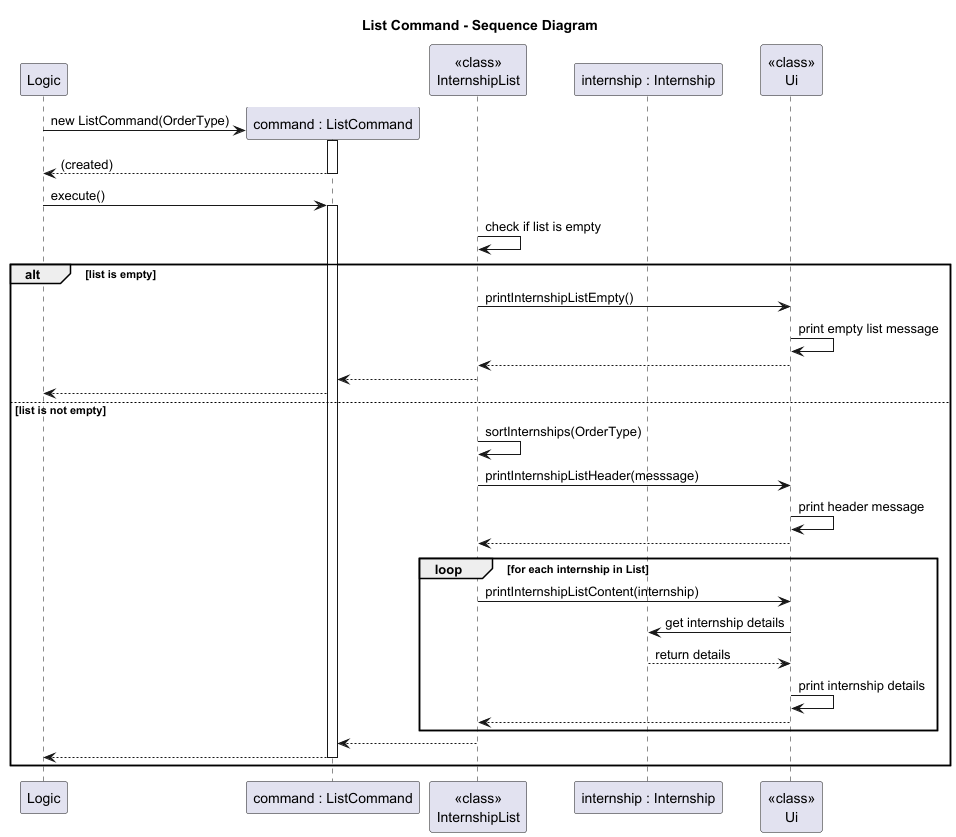
The PlantUML diagram docs/diagrams/ListCommandSD.png in AY2526S1-CS2113-W14-4/tp, before a commit. Its diagram source:
```plantuml
@startuml ModelComponentSD
!include Style.puml
title List Command - Sequence Diagram

participant "Logic" as Logic
participant "command : ListCommand" as Command

participant "<<class>>\nInternshipList" as Model
participant "internship : Internship" as internship

participant "<<class>>\nUi" as Ui

create Command
Logic -> Command : new ListCommand(OrderType)
activate Command
Command --> Logic : (created)
deactivate Command

Logic -> Command : execute()
activate Command
Model -> Model : check if list is empty
alt list is empty
    Model -> Ui : printInternshipListEmpty()
    Ui -> Ui : print empty list message
    Ui --> Model
    Model --> Command
    Command --> Logic
else list is not empty
    Model -> Model : sortInternships(OrderType)
    Model -> Ui : printInternshipListHeader(messsage)
    Ui -> Ui : print header message
    Ui --> Model
    loop for each internship in List

        Model -> Ui : printInternshipListContent(internship)
        Ui -> internship : get internship details
        internship --> Ui : return details
        Ui -> Ui : print internship details
        Ui --> Model
    end
    Model --> Command
    Command --> Logic
    deactivate Command
end

@enduml
```
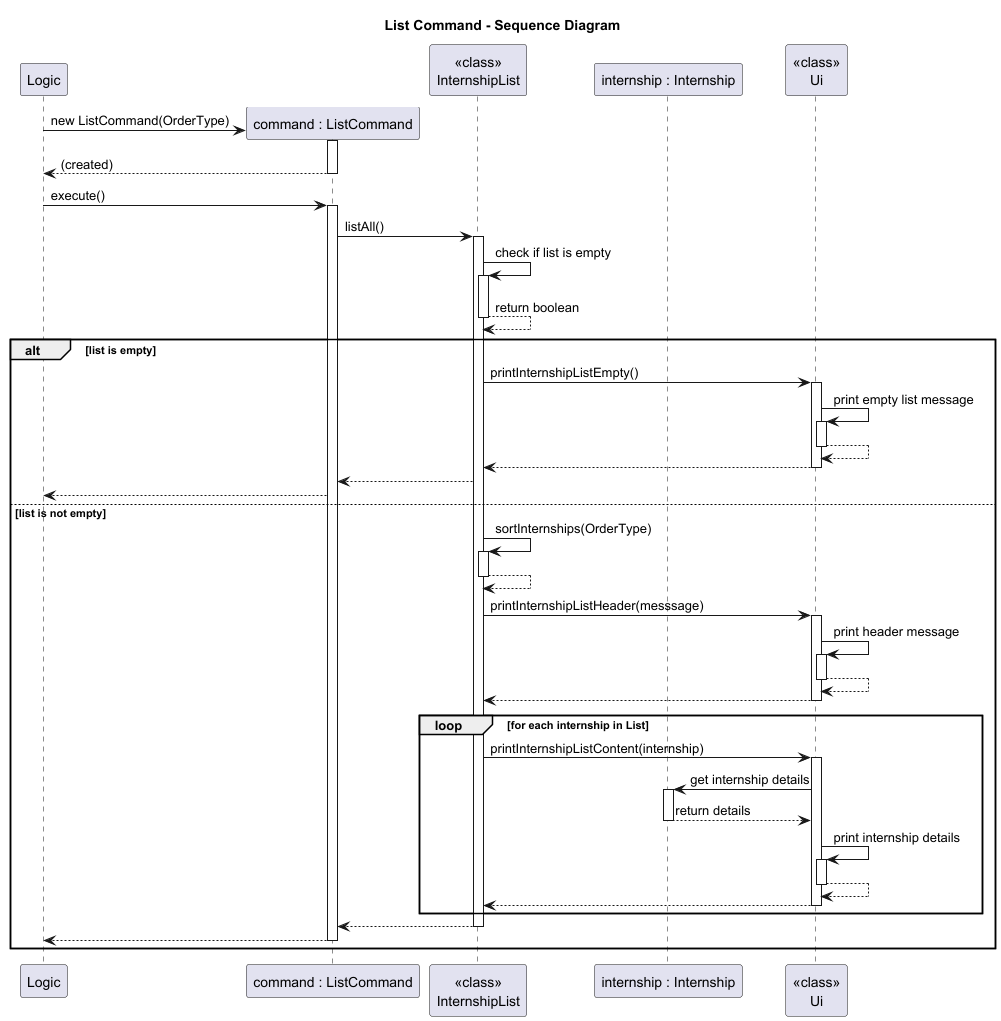
After the commit.

The edit, as a diff of the source:
```diff
@@ -18,27 +18,53 @@
 
 Logic -> Command : execute()
 activate Command
+Command -> Model : listAll()
+activate Model
 Model -> Model : check if list is empty
+activate Model
+Model --> Model : return boolean
+deactivate Model
 alt list is empty
     Model -> Ui : printInternshipListEmpty()
+    activate Ui
     Ui -> Ui : print empty list message
+    activate Ui
+    Ui --> Ui
+    deactivate Ui
     Ui --> Model
+    deactivate Ui
     Model --> Command
     Command --> Logic
 else list is not empty
     Model -> Model : sortInternships(OrderType)
+    activate Model
+    Model --> Model
+    deactivate Model
     Model -> Ui : printInternshipListHeader(messsage)
+    activate Ui
     Ui -> Ui : print header message
+    activate Ui
+    Ui --> Ui
+    deactivate Ui
     Ui --> Model
+    deactivate Ui
     loop for each internship in List
 
         Model -> Ui : printInternshipListContent(internship)
+        activate Ui
         Ui -> internship : get internship details
+        activate internship
         internship --> Ui : return details
+        deactivate internship
         Ui -> Ui : print internship details
+        activate Ui
+        Ui --> Ui
+        deactivate Ui
         Ui --> Model
+        deactivate Ui
     end
     Model --> Command
+    deactivate Model
     Command --> Logic
     deactivate Command
 end
```
